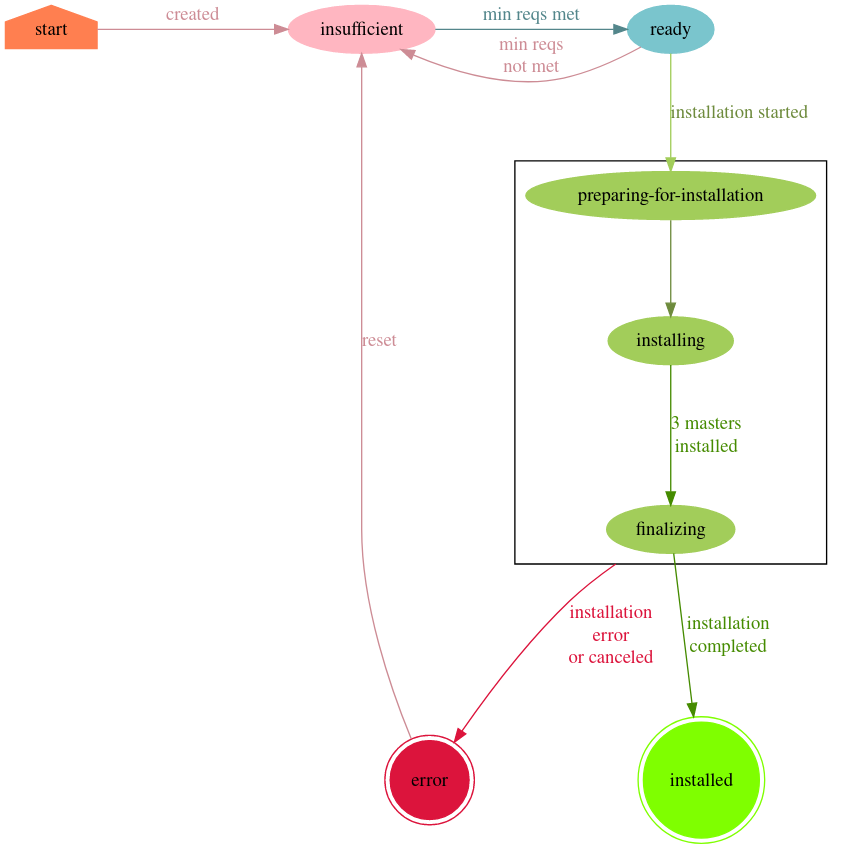
The Graphviz diagram docs/ClusterStatus.png in openshift/assisted-service, before a commit. Its source is kept beside it as docs/ClusterStatus.dot. Its diagram source:
```dot
digraph ClusterStateMachine {
    graph [nodesep = "1.0", ranksep = "1.0"];
    node [style = filled];
    compound = true;
    newrank = false;

    start [shape = house, color = coral];
    insufficient [color = lightpink];
    ready [color = cadetblue3];
    subgraph cluster_level1 {
        "preparing-for-installation" [color = darkolivegreen3];
        installing [color = darkolivegreen3];
        finalizing [color = darkolivegreen3];
    }
    installed [shape = doublecircle, color = chartreuse];
    error [shape = doublecircle, color = crimson];

    start -> insufficient [label = "cluster\ncreated", color=lightpink3, fontcolor=lightpink3];
    insufficient -> ready [label = "min reqs met", color=cadetblue4, fontcolor=cadetblue4];
    ready -> insufficient [label = "min reqs\nnot met", color=lightpink3, fontcolor=lightpink3];
    error -> insufficient [label = "reset", color=lightpink3, fontcolor=lightpink3];
    ready -> "preparing-for-installation" [label = "installation started", color=darkolivegreen3, fontcolor=darkolivegreen4];
    "preparing-for-installation" -> installing [color=darkolivegreen4];
    installing -> finalizing [label = "3 masters\ninstalled", color=chartreuse4, fontcolor=chartreuse4];
    finalizing -> error [label = "installation\nerror\nor canceled", color=crimson, fontcolor=crimson, ltail = cluster_level1];
    finalizing -> installed [label = "installation\ncompleted", color=chartreuse4, fontcolor=chartreuse4];

    {rank=min; start}
    {rank=max; installed}
    {rank=same; start; insufficient; ready}
    {rank=same; installed; error}
}
```
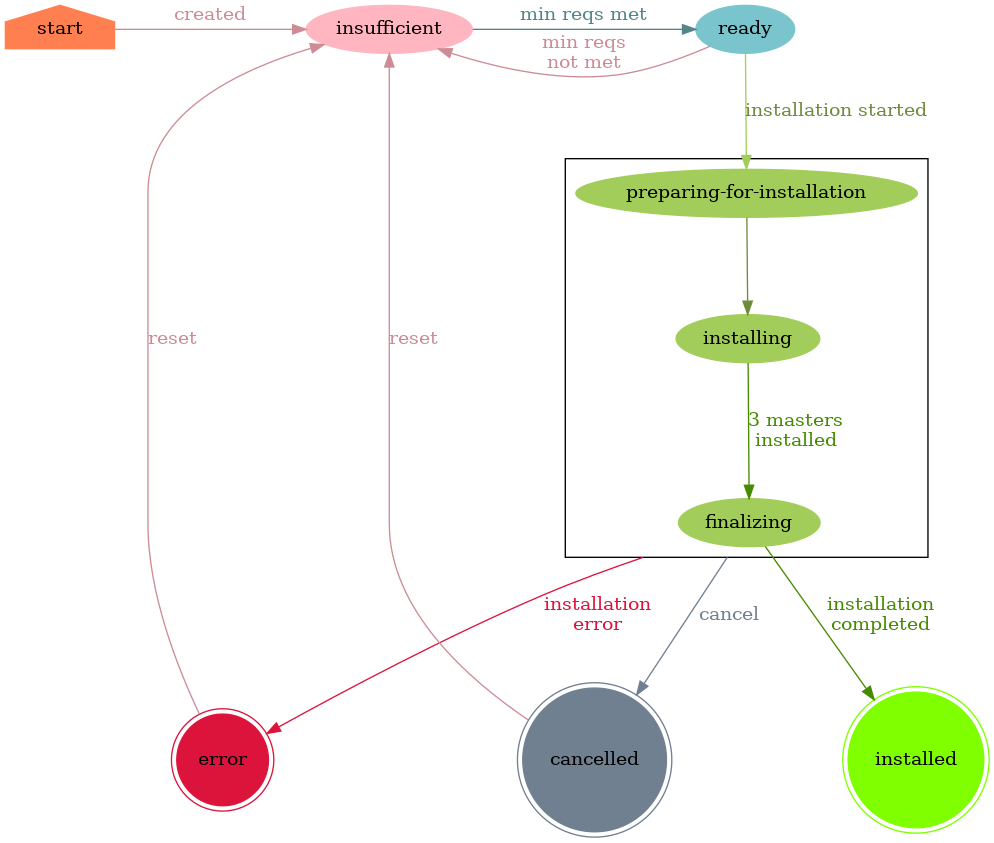
Above is the later version.

What changed in the source:
```diff
@@ -14,19 +14,29 @@
     }
     installed [shape = doublecircle, color = chartreuse];
     error [shape = doublecircle, color = crimson];
+    cancelled [shape = doublecircle, color = slategray];
 
     start -> insufficient [label = "cluster\ncreated", color=lightpink3, fontcolor=lightpink3];
+
     insufficient -> ready [label = "min reqs met", color=cadetblue4, fontcolor=cadetblue4];
+
     ready -> insufficient [label = "min reqs\nnot met", color=lightpink3, fontcolor=lightpink3];
+    ready -> "preparing-for-installation" [label = "installation started", color=darkolivegreen3, fontcolor=darkolivegreen4];
+
+    cancelled -> insufficient [label = "reset", color=lightpink3, fontcolor=lightpink3];
+
+    "preparing-for-installation" -> installing [color=darkolivegreen4];
+
+    installing -> finalizing [label = "3 masters\ninstalled", color=chartreuse4, fontcolor=chartreuse4];
+
+    finalizing -> error [label = "installation\nerror\n", color=crimson, fontcolor=crimson, ltail = cluster_level1];
+    finalizing -> cancelled [label = "cancel", color=slategray, fontcolor=slategray, ltail = cluster_level1];
+    finalizing -> installed [label = "installation\ncompleted", color=chartreuse4, fontcolor=chartreuse4];
+
     error -> insufficient [label = "reset", color=lightpink3, fontcolor=lightpink3];
-    ready -> "preparing-for-installation" [label = "installation started", color=darkolivegreen3, fontcolor=darkolivegreen4];
-    "preparing-for-installation" -> installing [color=darkolivegreen4];
-    installing -> finalizing [label = "3 masters\ninstalled", color=chartreuse4, fontcolor=chartreuse4];
-    finalizing -> error [label = "installation\nerror\nor canceled", color=crimson, fontcolor=crimson, ltail = cluster_level1];
-    finalizing -> installed [label = "installation\ncompleted", color=chartreuse4, fontcolor=chartreuse4];
 
     {rank=min; start}
     {rank=max; installed}
     {rank=same; start; insufficient; ready}
-    {rank=same; installed; error}
+    {rank=same; installed; error; cancelled}
 }
```
